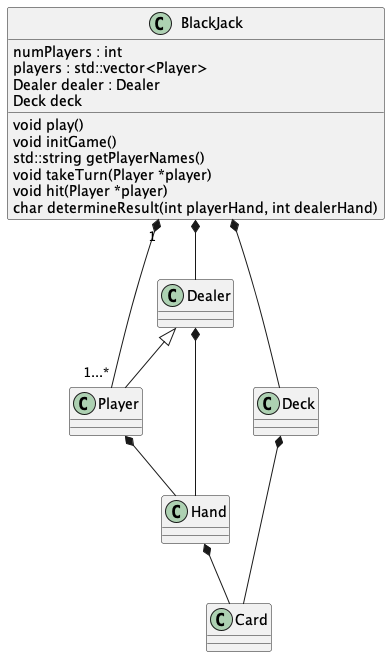
Earlier version of the PlantUML export UML/UML_diagram.png (danieloflynn/BlackJack_cpp).
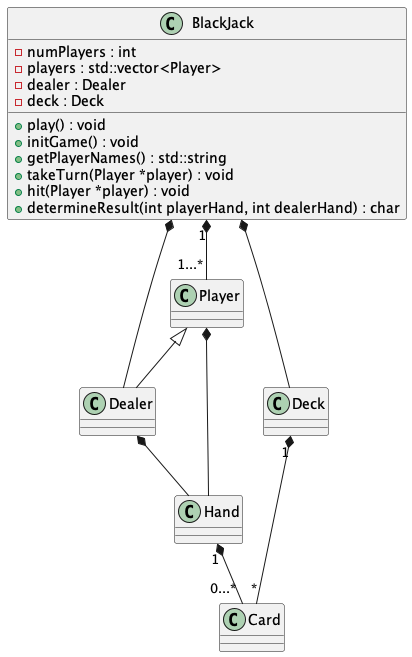
After the commit.

Diff of the diagram source:
```diff
@@ -1,16 +1,16 @@
 @startuml
 
 class BlackJack {
-    numPlayers : int
-    players : std::vector<Player>
-    Dealer dealer : Dealer
-    Deck deck
-    void play()
-    void initGame()
-    std::string getPlayerNames()
-    void takeTurn(Player *player)
-    void hit(Player *player)
-    char determineResult(int playerHand, int dealerHand)
+    - numPlayers : int
+    - players : std::vector<Player>
+    - dealer : Dealer
+    - deck : Deck
+    + play() : void
+    + initGame() : void
+    + getPlayerNames() : std::string
+    + takeTurn(Player *player) : void
+    + hit(Player *player) : void
+    + determineResult(int playerHand, int dealerHand) : char
     }
 class Player {
 }
@@ -22,10 +22,10 @@
 BlackJack *-- Dealer
 BlackJack "1" *-- "1...*" Player
 BlackJack *-- Deck
-Dealer <|-- Player
+Player <|-- Dealer
 Dealer *-- Hand
 Player *-- Hand
-Deck *-- Card
-Hand *-- Card
+Deck "1" *-- "*" Card
+Hand "1" *-- "0...*" Card
 
 @enduml
```
